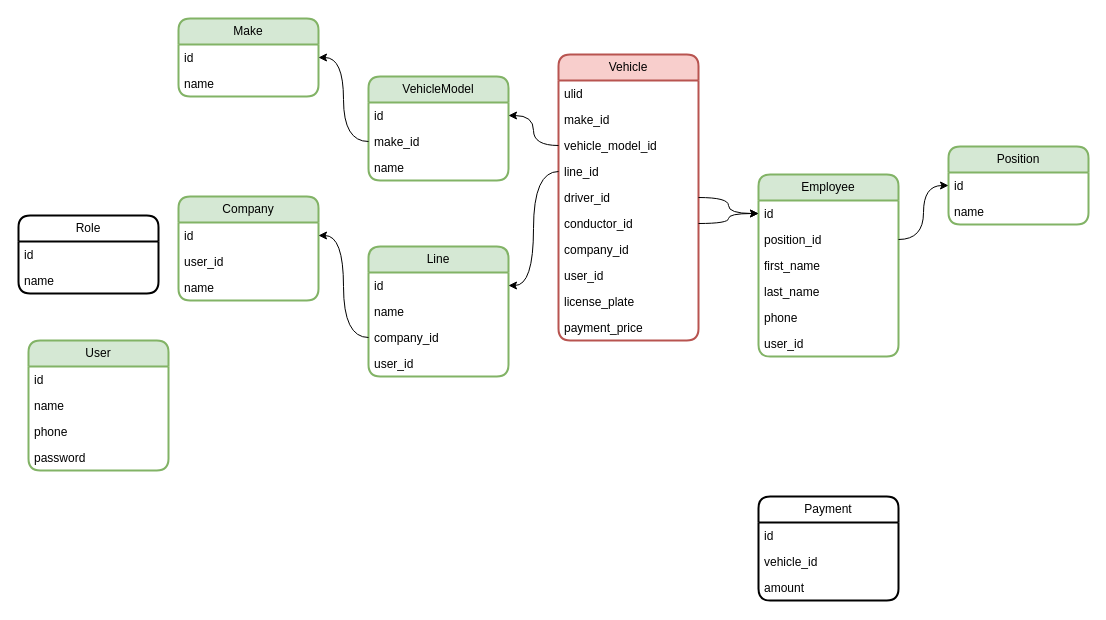
Earlier version of the draw.io diagram karsoft-transport.drawio (iztileuoff/databases). Source tidied: cells renumbered, new cells numbered last; positions are measured from the earlier drawing's top-left corner, leaving out a move shared by most shapes. Both pictures are drawn from the tidied source at 100%, with x=0, y=0 at pixel (18, 18).
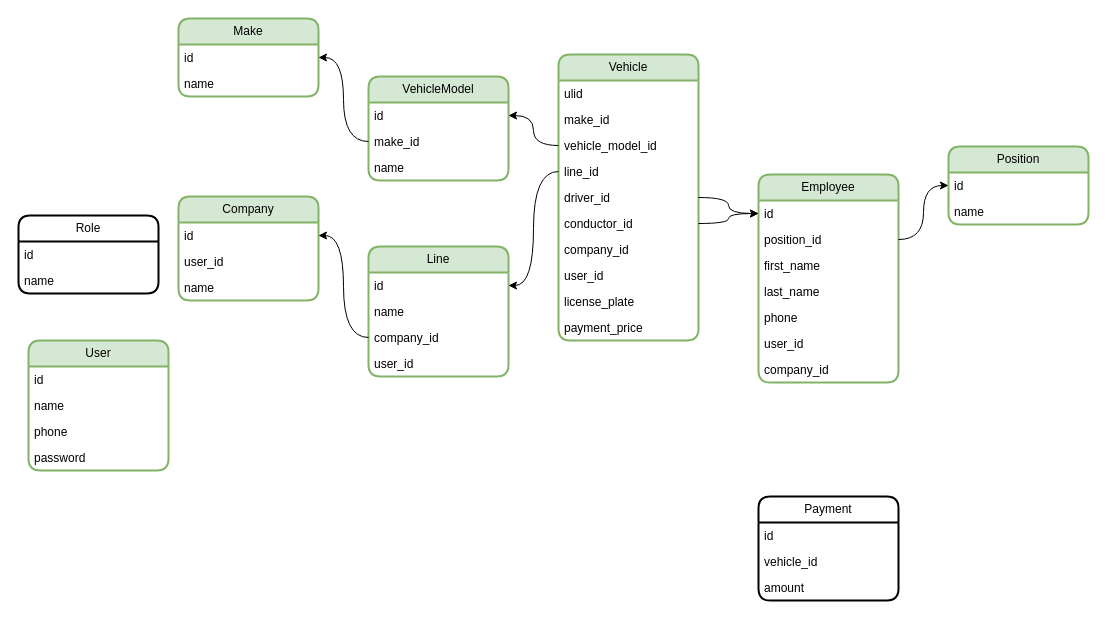
After the change.

The edit, as a diff of the source:
```diff
@@
-    <mxCell id="10" value="Vehicle" style="swimlane;fontStyle=0;horizontal=1;startSize=26;fillColor=#f8cecc;whiteSpace=wrap;html=1;rounded=1;shadow=0;glass=0;strokeWidth=2;strokeColor=#b85450;" parent="1" vertex="1">
+    <mxCell id="10" value="Vehicle" style="swimlane;fontStyle=0;horizontal=1;startSize=26;fillColor=#d5e8d4;whiteSpace=wrap;html=1;rounded=1;shadow=0;glass=0;strokeWidth=2;strokeColor=#82b366;" parent="1" vertex="1">
       <mxGeometry x="540" y="36" width="140" height="286" as="geometry" />
     </mxCell>
@@
     <mxCell id="37" value="Employee" style="swimlane;fontStyle=0;horizontal=1;startSize=26;fillColor=#d5e8d4;whiteSpace=wrap;html=1;rounded=1;shadow=0;glass=0;strokeWidth=2;strokeColor=#82b366;" parent="1" vertex="1">
-      <mxGeometry x="740" y="156" width="140" height="182" as="geometry" />
+      <mxGeometry x="740" y="156" width="140" height="208" as="geometry" />
     </mxCell>
@@
+    <mxCell id="58" value="company_id" style="text;strokeColor=none;fillColor=none;align=left;verticalAlign=top;spacingLeft=4;spacingRight=4;overflow=hidden;whiteSpace=wrap;html=1;" parent="37" vertex="1">
+      <mxGeometry y="182" width="140" height="26" as="geometry" />
+    </mxCell>
```
